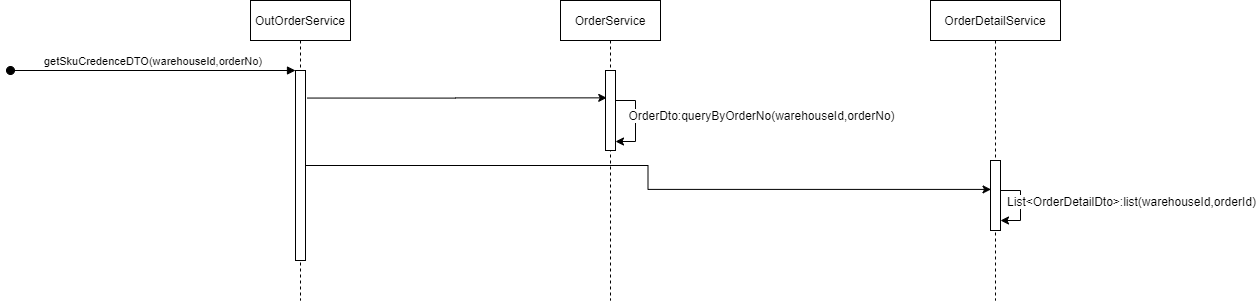
The draw.io diagram wms-seq.png in geeker-lait/arch-module, before a commit. Source tidied: cells renumbered, new cells last; positions are measured from the earlier drawing's top-left corner, leaving out a move shared by most shapes.
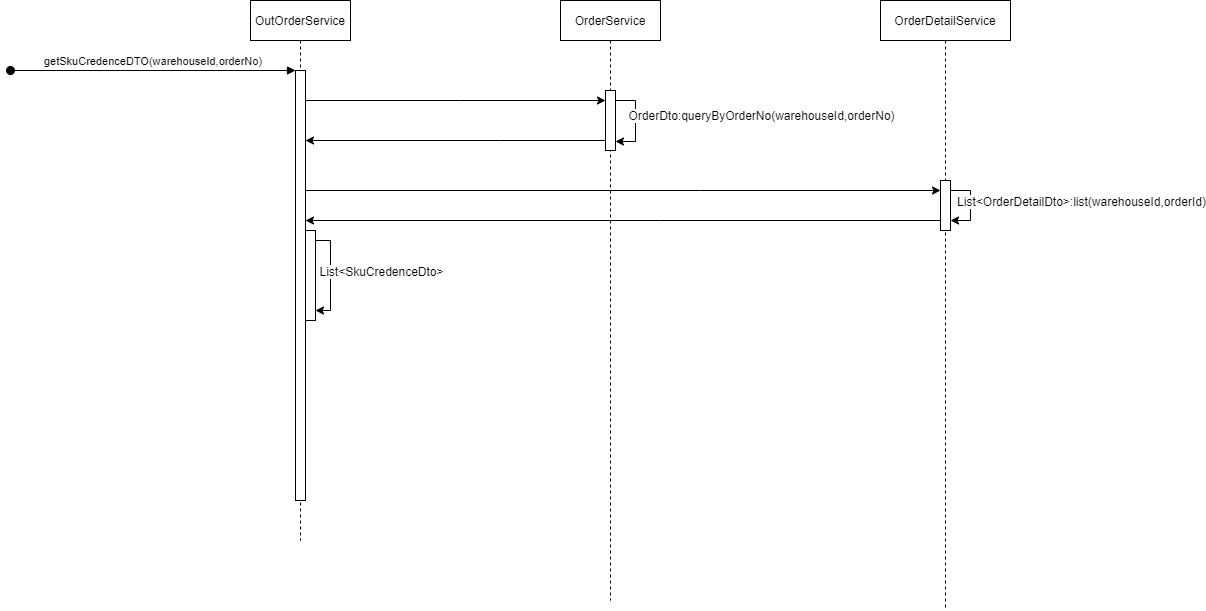
Above is the later version.

The edit, as a diff of the source:
```diff
@@ -3,7 +3,7 @@
     <mxCell id="0" />
     <mxCell id="1" parent="0" />
     <mxCell id="2" value="OrderService" style="shape=umlLifeline;perimeter=lifelinePerimeter;rounded=0;shadow=0;strokeWidth=1;" parent="1" vertex="1">
-      <mxGeometry x="550" width="100" height="300" as="geometry" />
+      <mxGeometry x="550" width="100" height="600" as="geometry" />
     </mxCell>
     <mxCell id="3" style="edgeStyle=orthogonalEdgeStyle;rounded=0;orthogonalLoop=1;jettySize=auto;html=1;" parent="2" edge="1" source="5" target="5">
       <mxGeometry relative="1" as="geometry">
@@ -19,46 +19,84 @@
       </mxGeometry>
     </mxCell>
     <mxCell id="5" style="points=[];perimeter=orthogonalPerimeter;rounded=0;shadow=0;strokeWidth=1;" parent="2" vertex="1">
-      <mxGeometry x="45" y="70" width="10" height="80" as="geometry" />
+      <mxGeometry x="45" y="90" width="10" height="60" as="geometry" />
     </mxCell>
     <mxCell id="6" value="OrderDetailService" style="shape=umlLifeline;perimeter=lifelinePerimeter;rounded=0;shadow=0;strokeWidth=1;" parent="1" vertex="1">
-      <mxGeometry x="920" width="130" height="300" as="geometry" />
+      <mxGeometry x="870" width="130" height="610" as="geometry" />
     </mxCell>
     <mxCell id="7" style="points=[];perimeter=orthogonalPerimeter;rounded=0;shadow=0;strokeWidth=1;" parent="6" vertex="1">
-      <mxGeometry x="60" y="160" width="10" height="70" as="geometry" />
+      <mxGeometry x="60" y="180" width="10" height="50" as="geometry" />
     </mxCell>
+    <mxCell id="13" style="edgeStyle=orthogonalEdgeStyle;rounded=0;orthogonalLoop=1;jettySize=auto;html=1;" parent="6" edge="1" source="7" target="7">
+      <mxGeometry relative="1" as="geometry">
+        <Array as="points">
+          <mxPoint x="90" y="190" />
+          <mxPoint x="90" y="220" />
+        </Array>
+      </mxGeometry>
+    </mxCell>
+    <mxCell id="14" value="List&amp;lt;OrderDetailDto&amp;gt;:list(warehouseId,orderId)" style="edgeLabel;html=1;align=center;verticalAlign=middle;" parent="13" vertex="1">
+      <mxGeometry x="-0.21" relative="1" as="geometry">
+        <mxPoint x="110" y="2" as="offset" />
+      </mxGeometry>
+    </mxCell>
     <mxCell id="8" value="OutOrderService" style="shape=umlLifeline;perimeter=lifelinePerimeter;rounded=0;shadow=0;strokeWidth=1;" parent="1" vertex="1">
-      <mxGeometry x="240" width="100" height="300" as="geometry" />
+      <mxGeometry x="240" width="100" height="540" as="geometry" />
     </mxCell>
     <mxCell id="9" style="points=[];perimeter=orthogonalPerimeter;rounded=0;shadow=0;strokeWidth=1;" parent="8" vertex="1">
-      <mxGeometry x="45" y="70" width="10" height="190" as="geometry" />
+      <mxGeometry x="45" y="70" width="10" height="430" as="geometry" />
     </mxCell>
     <mxCell id="10" value="getSkuCredenceDTO(warehouseId,orderNo)" style="verticalAlign=bottom;startArrow=oval;endArrow=block;startSize=8;shadow=0;strokeWidth=1;" parent="8" edge="1" target="9">
       <mxGeometry relative="1" as="geometry">
         <mxPoint x="-240" y="70" as="sourcePoint" />
       </mxGeometry>
     </mxCell>
-    <mxCell id="11" style="edgeStyle=orthogonalEdgeStyle;rounded=0;jettySize=auto;html=1;entryX=0.124;entryY=0.342;entryDx=0;entryDy=0;entryPerimeter=0;exitX=1.186;exitY=0.145;exitDx=0;exitDy=0;exitPerimeter=0;" parent="1" edge="1" source="9" target="5">
-      <mxGeometry relative="1" as="geometry" />
+    <mxCell id="11" style="edgeStyle=orthogonalEdgeStyle;rounded=0;jettySize=auto;html=1;" parent="1" edge="1" source="9" target="5">
+      <mxGeometry relative="1" as="geometry">
+        <Array as="points">
+          <mxPoint x="450" y="100" />
+          <mxPoint x="450" y="100" />
+        </Array>
+      </mxGeometry>
     </mxCell>
-    <mxCell id="12" style="edgeStyle=orthogonalEdgeStyle;rounded=0;jettySize=auto;html=1;entryX=0.052;entryY=0.413;entryDx=0;entryDy=0;entryPerimeter=0;" parent="1" edge="1" source="9" target="7">
-      <mxGeometry relative="1" as="geometry" />
+    <mxCell id="12" style="edgeStyle=orthogonalEdgeStyle;rounded=0;jettySize=auto;html=1;" parent="1" edge="1" source="9" target="7">
+      <mxGeometry relative="1" as="geometry">
+        <Array as="points">
+          <mxPoint x="690" y="190" />
+          <mxPoint x="690" y="190" />
+        </Array>
+      </mxGeometry>
     </mxCell>
-    <mxCell id="13" style="edgeStyle=orthogonalEdgeStyle;rounded=0;orthogonalLoop=1;jettySize=auto;html=1;" parent="1" edge="1">
-      <mxGeometry relative="1" as="geometry">
-        <mxPoint x="990" y="190" as="sourcePoint" />
-        <mxPoint x="990" y="220" as="targetPoint" />
-        <Array as="points">
-          <mxPoint x="1010" y="190" />
-          <mxPoint x="1010" y="220" />
-          <mxPoint x="990" y="220" />
-        </Array>
-      </mxGeometry>
-    </mxCell>
-    <mxCell id="14" value="List&amp;lt;OrderDetailDto&amp;gt;:list(warehouseId,orderId)" style="edgeLabel;html=1;align=center;verticalAlign=middle;" parent="13" vertex="1">
-      <mxGeometry x="-0.21" relative="1" as="geometry">
-        <mxPoint x="110" y="2" as="offset" />
-      </mxGeometry>
-    </mxCell>
+    <mxCell id="15" style="edgeStyle=orthogonalEdgeStyle;rounded=0;jettySize=auto;html=1;" parent="1" edge="1" source="5" target="9">
+      <mxGeometry relative="1" as="geometry">
+        <Array as="points">
+          <mxPoint x="490" y="140" />
+          <mxPoint x="490" y="140" />
+        </Array>
+      </mxGeometry>
+    </mxCell>
+    <mxCell id="16" style="edgeStyle=orthogonalEdgeStyle;rounded=0;jettySize=auto;html=1;" parent="1" edge="1" source="7" target="9">
+      <mxGeometry relative="1" as="geometry">
+        <Array as="points">
+          <mxPoint x="650" y="220" />
+          <mxPoint x="650" y="220" />
+        </Array>
+      </mxGeometry>
+    </mxCell>
+    <mxCell id="17" style="points=[];perimeter=orthogonalPerimeter;rounded=0;shadow=0;strokeWidth=1;" parent="1" vertex="1">
+      <mxGeometry x="295" y="230" width="10" height="90" as="geometry" />
+    </mxCell>
+    <mxCell id="18" style="edgeStyle=orthogonalEdgeStyle;rounded=0;orthogonalLoop=1;jettySize=auto;html=1;" parent="1" edge="1" source="17" target="17">
+      <mxGeometry relative="1" as="geometry">
+        <Array as="points">
+          <mxPoint x="320" y="240" />
+        </Array>
+      </mxGeometry>
+    </mxCell>
+    <mxCell id="19" value="List&amp;lt;SkuCredenceDto&amp;gt;" style="edgeLabel;html=1;align=center;verticalAlign=middle;" parent="18" vertex="1">
+      <mxGeometry x="0.34" y="1" relative="1" as="geometry">
+        <mxPoint x="49" y="-22" as="offset" />
+      </mxGeometry>
+    </mxCell>
   </root>
 </mxGraphModel>
```
